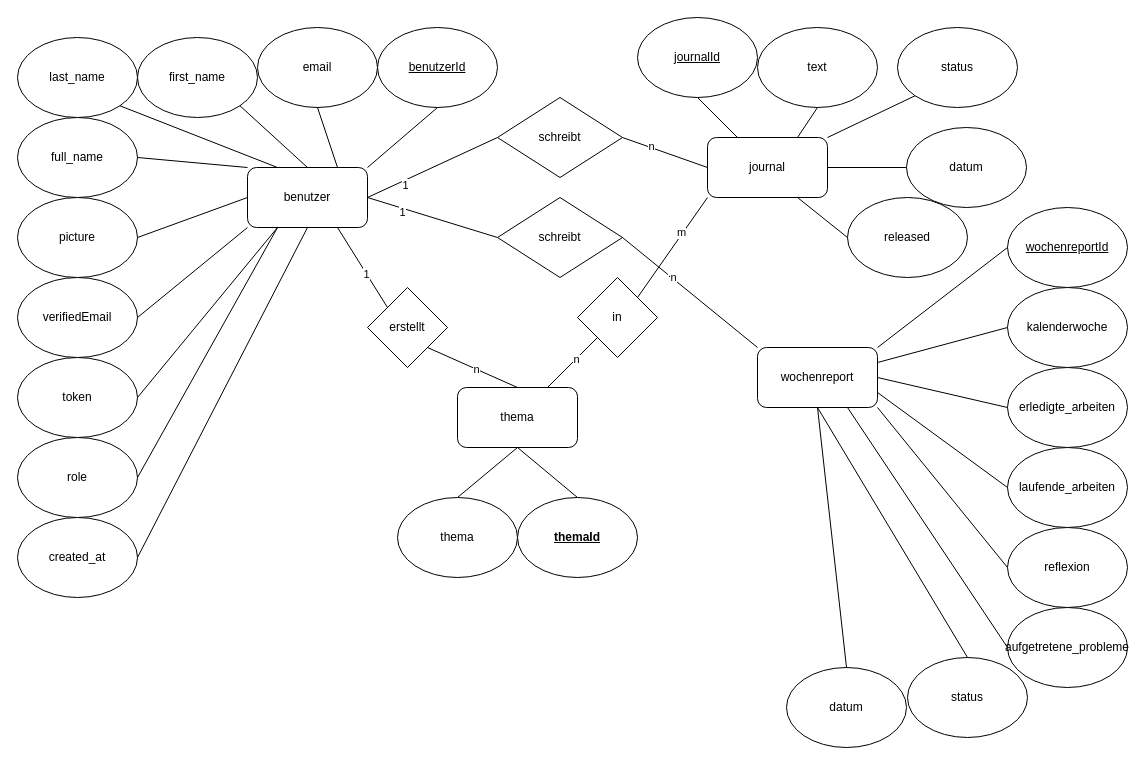
Before: diagramms/ERM-Diagramm.drawio in olivierluethy/IPA_Journey, a draw.io diagram. Source tidied: cells renumbered, new cells numbered last; positions are measured from the earlier drawing's top-left corner, leaving out a move shared by most shapes. Both pictures are drawn from the tidied source at 100%, with x=0, y=0 at pixel (17, 17).
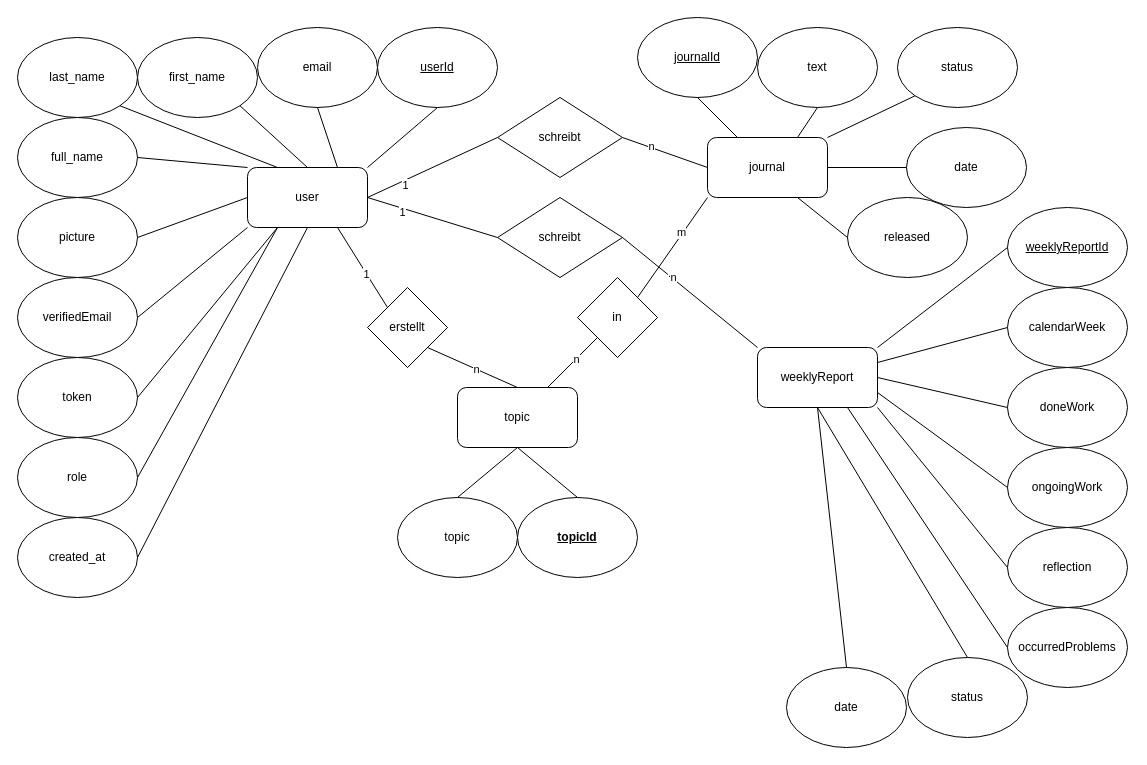
Above is the later version.

The edit, as a diff of the source:
```diff
@@
-    <mxCell id="2" value="&lt;u&gt;benutzerId&lt;/u&gt;" style="ellipse;whiteSpace=wrap;html=1;" parent="1" vertex="1">
+    <mxCell id="2" value="&lt;u&gt;userId&lt;/u&gt;" style="ellipse;whiteSpace=wrap;html=1;" parent="1" vertex="1">
       <mxGeometry x="360" y="10" width="120" height="80" as="geometry" />
     </mxCell>
-    <mxCell id="3" value="benutzer" style="rounded=1;whiteSpace=wrap;html=1;" parent="1" vertex="1">
+    <mxCell id="3" value="user" style="rounded=1;whiteSpace=wrap;html=1;" parent="1" vertex="1">
       <mxGeometry x="230" y="150" width="120" height="60" as="geometry" />
     </mxCell>
@@
-    <mxCell id="5" value="wochenreport" style="rounded=1;whiteSpace=wrap;html=1;" parent="1" vertex="1">
+    <mxCell id="5" value="weeklyReport" style="rounded=1;whiteSpace=wrap;html=1;" parent="1" vertex="1">
       <mxGeometry x="740" y="330" width="120" height="60" as="geometry" />
     </mxCell>
-    <mxCell id="6" value="thema" style="rounded=1;whiteSpace=wrap;html=1;" parent="1" vertex="1">
+    <mxCell id="6" value="topic" style="rounded=1;whiteSpace=wrap;html=1;" parent="1" vertex="1">
       <mxGeometry x="440" y="370" width="120" height="60" as="geometry" />
     </mxCell>
@@
-    <mxCell id="18" value="datum" style="ellipse;whiteSpace=wrap;html=1;" parent="1" vertex="1">
+    <mxCell id="18" value="date" style="ellipse;whiteSpace=wrap;html=1;" parent="1" vertex="1">
       <mxGeometry x="889" y="110" width="120" height="80" as="geometry" />
     </mxCell>
@@
-    <mxCell id="20" value="reflexion" style="ellipse;whiteSpace=wrap;html=1;" parent="1" vertex="1">
+    <mxCell id="20" value="reflection" style="ellipse;whiteSpace=wrap;html=1;" parent="1" vertex="1">
       <mxGeometry x="990" y="510" width="120" height="80" as="geometry" />
     </mxCell>
-    <mxCell id="21" value="laufende_arbeiten" style="ellipse;whiteSpace=wrap;html=1;" parent="1" vertex="1">
+    <mxCell id="21" value="ongoingWork" style="ellipse;whiteSpace=wrap;html=1;" parent="1" vertex="1">
       <mxGeometry x="990" y="430" width="120" height="80" as="geometry" />
     </mxCell>
-    <mxCell id="22" value="erledigte_arbeiten" style="ellipse;whiteSpace=wrap;html=1;" parent="1" vertex="1">
+    <mxCell id="22" value="doneWork" style="ellipse;whiteSpace=wrap;html=1;" parent="1" vertex="1">
       <mxGeometry x="990" y="350" width="120" height="80" as="geometry" />
     </mxCell>
-    <mxCell id="23" value="kalenderwoche" style="ellipse;whiteSpace=wrap;html=1;" parent="1" vertex="1">
+    <mxCell id="23" value="calendarWeek" style="ellipse;whiteSpace=wrap;html=1;" parent="1" vertex="1">
       <mxGeometry x="990" y="270" width="120" height="80" as="geometry" />
     </mxCell>
-    <mxCell id="24" value="&lt;u&gt;wochenreportId&lt;/u&gt;" style="ellipse;whiteSpace=wrap;html=1;" parent="1" vertex="1">
+    <mxCell id="24" value="&lt;u&gt;weeklyReportId&lt;/u&gt;" style="ellipse;whiteSpace=wrap;html=1;" parent="1" vertex="1">
       <mxGeometry x="990" y="190" width="120" height="80" as="geometry" />
     </mxCell>
-    <mxCell id="25" value="aufgetretene_probleme" style="ellipse;whiteSpace=wrap;html=1;" parent="1" vertex="1">
+    <mxCell id="25" value="occurredProblems" style="ellipse;whiteSpace=wrap;html=1;" parent="1" vertex="1">
       <mxGeometry x="990" y="590" width="120" height="80" as="geometry" />
     </mxCell>
-    <mxCell id="26" value="&lt;b&gt;&lt;u&gt;themaId&lt;/u&gt;&lt;/b&gt;" style="ellipse;whiteSpace=wrap;html=1;" parent="1" vertex="1">
+    <mxCell id="26" value="&lt;b&gt;&lt;u&gt;topicId&lt;/u&gt;&lt;/b&gt;" style="ellipse;whiteSpace=wrap;html=1;" parent="1" vertex="1">
       <mxGeometry x="500" y="480" width="120" height="80" as="geometry" />
     </mxCell>
-    <mxCell id="27" value="thema" style="ellipse;whiteSpace=wrap;html=1;" parent="1" vertex="1">
+    <mxCell id="27" value="topic" style="ellipse;whiteSpace=wrap;html=1;" parent="1" vertex="1">
       <mxGeometry x="380" y="480" width="120" height="80" as="geometry" />
     </mxCell>
@@
-    <mxCell id="70" value="datum" style="ellipse;whiteSpace=wrap;html=1;" parent="1" vertex="1">
+    <mxCell id="70" value="date" style="ellipse;whiteSpace=wrap;html=1;" parent="1" vertex="1">
       <mxGeometry x="769" y="650" width="120" height="80" as="geometry" />
     </mxCell>
```
